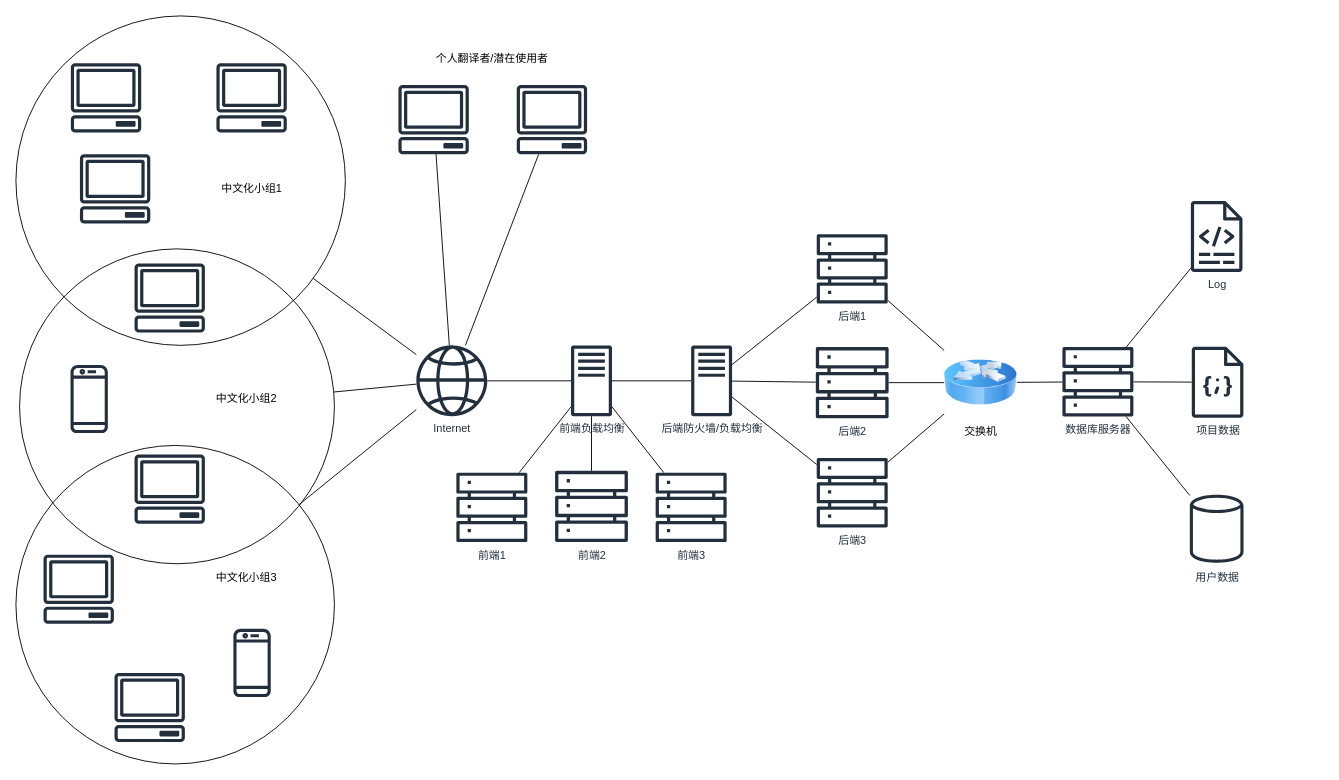
Earlier version of the draw.io diagram 拓扑图.drawio (icemeowzhi/bach_final_diags). Source tidied: cells renumbered, new cells numbered last; positions are measured from the earlier drawing's top-left corner, leaving out a move shared by most shapes. Both pictures are drawn from the tidied source at 91%, with x=0, y=0 at pixel (15, 15).
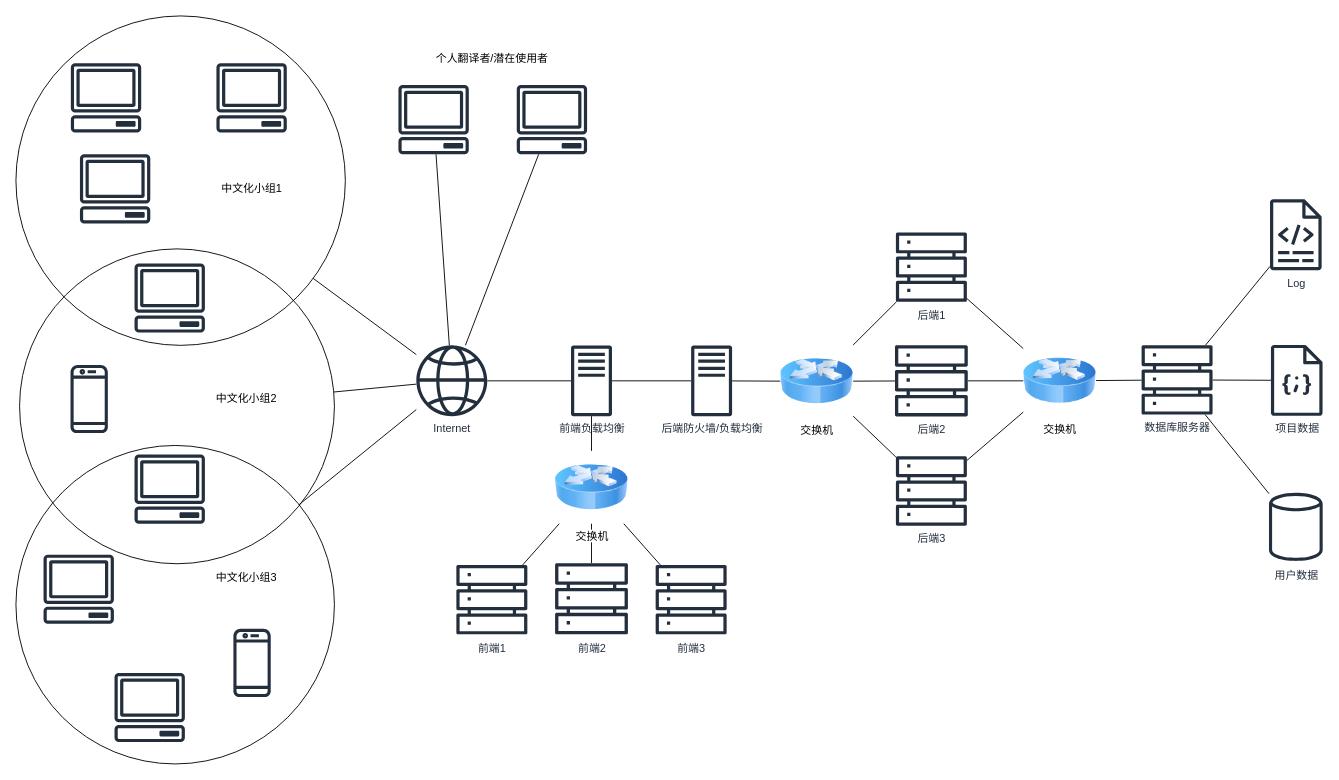
The same page after the edit.

Commit message (it also covers changes not shown here):
更新拓扑图.drawio

Unchanged cells that the change refers to:
```xml
<mxCell id="7" value="前端负载均衡" style="sketch=0;outlineConnect=0;fontColor=#232F3E;gradientColor=none;fillColor=#232F3D;strokeColor=none;dashed=0;verticalLabelPosition=bottom;verticalAlign=top;align=center;html=1;fontSize=12;fontStyle=0;shape=mxgraph.aws4.traditional_server;" parent="1" vertex="1">
  <mxGeometry x="610" y="362" width="45" height="78" as="geometry" />
</mxCell>
<mxCell id="30" value="后端防火墙/负载均衡" style="sketch=0;outlineConnect=0;fontColor=#232F3E;gradientColor=none;fillColor=#232F3D;strokeColor=none;dashed=0;verticalLabelPosition=bottom;verticalAlign=top;align=center;html=1;fontSize=12;fontStyle=0;shape=mxgraph.aws4.traditional_server;" parent="1" vertex="1">
  <mxGeometry x="742" y="362" width="45" height="78" as="geometry" />
</mxCell>
```

Change to the diagram source:
```diff
@@
-    <mxCell id="21" style="rounded=0;jettySize=auto;html=1;endArrow=none;endFill=0;" parent="1" edge="1" source="22" target="7">
+    <mxCell id="21" style="rounded=0;jettySize=auto;html=1;endArrow=none;endFill=0;" parent="1" edge="1" source="22" target="57">
       <mxGeometry relative="1" as="geometry" />
     </mxCell>
     <mxCell id="22" value="前端3" style="sketch=0;outlineConnect=0;fontColor=#232F3E;gradientColor=none;fillColor=#232F3D;strokeColor=none;dashed=0;verticalLabelPosition=bottom;verticalAlign=top;align=center;html=1;fontSize=12;fontStyle=0;shape=mxgraph.aws4.servers;" parent="1" vertex="1">
-      <mxGeometry x="703" y="501" width="78" height="78" as="geometry" />
+      <mxGeometry x="703" y="602.5" width="78" height="78" as="geometry" />
     </mxCell>
-    <mxCell id="23" style="rounded=0;jettySize=auto;html=1;endArrow=none;endFill=0;" parent="1" edge="1" source="24" target="7">
+    <mxCell id="23" style="rounded=0;jettySize=auto;html=1;endArrow=none;endFill=0;" parent="1" edge="1" source="24" target="57">
       <mxGeometry relative="1" as="geometry" />
     </mxCell>
     <mxCell id="24" value="前端2" style="sketch=0;outlineConnect=0;fontColor=#232F3E;gradientColor=none;fillColor=#232F3D;strokeColor=none;dashed=0;verticalLabelPosition=bottom;verticalAlign=top;align=center;html=1;fontSize=12;fontStyle=0;shape=mxgraph.aws4.servers;" parent="1" vertex="1">
-      <mxGeometry x="592.5" y="499" width="80" height="80" as="geometry" />
+      <mxGeometry x="592.5" y="600.5" width="80" height="80" as="geometry" />
     </mxCell>
-    <mxCell id="25" style="rounded=0;jettySize=auto;html=1;endArrow=none;endFill=0;" parent="1" edge="1" source="26" target="7">
+    <mxCell id="25" style="rounded=0;jettySize=auto;html=1;endArrow=none;endFill=0;" parent="1" edge="1" source="26" target="57">
       <mxGeometry relative="1" as="geometry" />
     </mxCell>
     <mxCell id="26" value="前端1" style="sketch=0;outlineConnect=0;fontColor=#232F3E;gradientColor=none;fillColor=#232F3D;strokeColor=none;dashed=0;verticalLabelPosition=bottom;verticalAlign=top;align=center;html=1;fontSize=12;fontStyle=0;shape=mxgraph.aws4.servers;" parent="1" vertex="1">
-      <mxGeometry x="484" y="501" width="78" height="78" as="geometry" />
+      <mxGeometry x="484" y="602.5" width="78" height="78" as="geometry" />
     </mxCell>
-    <mxCell id="27" style="rounded=0;jettySize=auto;html=1;endArrow=none;endFill=0;" parent="1" edge="1" source="30" target="34">
+    <mxCell id="27" style="rounded=0;jettySize=auto;html=1;endArrow=none;endFill=0;" parent="1" edge="1" source="55" target="34">
       <mxGeometry relative="1" as="geometry" />
     </mxCell>
-    <mxCell id="28" style="rounded=0;jettySize=auto;html=1;endArrow=none;endFill=0;" parent="1" edge="1" source="30" target="36">
+    <mxCell id="28" style="rounded=0;jettySize=auto;html=1;endArrow=none;endFill=0;" parent="1" edge="1" source="55" target="36">
       <mxGeometry relative="1" as="geometry" />
     </mxCell>
-    <mxCell id="29" style="rounded=0;jettySize=auto;html=1;endArrow=none;endFill=0;" parent="1" edge="1" source="30" target="32">
+    <mxCell id="29" style="rounded=0;jettySize=auto;html=1;endArrow=none;endFill=0;" parent="1" edge="1" source="55" target="32">
       <mxGeometry relative="1" as="geometry" />
     </mxCell>
+    <mxCell id="54" style="rounded=0;jettySize=auto;html=1;endArrow=none;endFill=0;" parent="1" edge="1" source="30" target="55">
+      <mxGeometry relative="1" as="geometry" />
+    </mxCell>
@@
     <mxCell id="32" value="后端1" style="sketch=0;outlineConnect=0;fontColor=#232F3E;gradientColor=none;fillColor=#232F3D;strokeColor=none;dashed=0;verticalLabelPosition=bottom;verticalAlign=top;align=center;html=1;fontSize=12;fontStyle=0;shape=mxgraph.aws4.servers;" parent="1" vertex="1">
-      <mxGeometry x="880" y="239" width="78" height="78" as="geometry" />
+      <mxGeometry x="967" y="237" width="78" height="78" as="geometry" />
     </mxCell>
@@
     <mxCell id="34" value="后端2" style="sketch=0;outlineConnect=0;fontColor=#232F3E;gradientColor=none;fillColor=#232F3D;strokeColor=none;dashed=0;verticalLabelPosition=bottom;verticalAlign=top;align=center;html=1;fontSize=12;fontStyle=0;shape=mxgraph.aws4.servers;" parent="1" vertex="1">
-      <mxGeometry x="879" y="363" width="80" height="80" as="geometry" />
+      <mxGeometry x="966" y="361" width="80" height="80" as="geometry" />
     </mxCell>
@@
     <mxCell id="36" value="后端3" style="sketch=0;outlineConnect=0;fontColor=#232F3E;gradientColor=none;fillColor=#232F3D;strokeColor=none;dashed=0;verticalLabelPosition=bottom;verticalAlign=top;align=center;html=1;fontSize=12;fontStyle=0;shape=mxgraph.aws4.servers;" parent="1" vertex="1">
-      <mxGeometry x="880" y="485" width="78" height="78" as="geometry" />
+      <mxGeometry x="967" y="483" width="78" height="78" as="geometry" />
     </mxCell>
@@
     <mxCell id="42" value="数据库服务器" style="sketch=0;outlineConnect=0;fontColor=#232F3E;gradientColor=none;fillColor=#232F3D;strokeColor=none;dashed=0;verticalLabelPosition=bottom;verticalAlign=top;align=center;html=1;fontSize=12;fontStyle=0;shape=mxgraph.aws4.servers;" parent="1" vertex="1">
-      <mxGeometry x="1150" y="363" width="78" height="78" as="geometry" />
+      <mxGeometry x="1237" y="361" width="78" height="78" as="geometry" />
     </mxCell>
     <mxCell id="43" value="用户数据" style="sketch=0;outlineConnect=0;fontColor=#232F3E;gradientColor=none;fillColor=#232F3D;strokeColor=none;dashed=0;verticalLabelPosition=bottom;verticalAlign=top;align=center;html=1;fontSize=12;fontStyle=0;shape=mxgraph.aws4.generic_database;" parent="1" vertex="1">
-      <mxGeometry x="1290" y="524.5" width="59" height="78" as="geometry" />
+      <mxGeometry x="1377" y="522.5" width="59" height="78" as="geometry" />
     </mxCell>
     <mxCell id="44" value="项目数据" style="sketch=0;outlineConnect=0;fontColor=#232F3E;gradientColor=none;fillColor=#232F3D;strokeColor=none;dashed=0;verticalLabelPosition=bottom;verticalAlign=top;align=center;html=1;fontSize=12;fontStyle=0;shape=mxgraph.aws4.json_script;" parent="1" vertex="1">
-      <mxGeometry x="1292" y="363.5" width="57" height="78" as="geometry" />
+      <mxGeometry x="1379" y="361.5" width="57" height="78" as="geometry" />
     </mxCell>
     <mxCell id="45" value="Log" style="sketch=0;outlineConnect=0;fontColor=#232F3E;gradientColor=none;fillColor=#232F3D;strokeColor=none;dashed=0;verticalLabelPosition=bottom;verticalAlign=top;align=center;html=1;fontSize=12;fontStyle=0;shape=mxgraph.aws4.logs;" parent="1" vertex="1">
-      <mxGeometry x="1291" y="203.5" width="57" height="78" as="geometry" />
+      <mxGeometry x="1378" y="201.5" width="57" height="78" as="geometry" />
     </mxCell>
@@
     <mxCell id="47" value="交换机" style="image;html=1;image=img/lib/clip_art/networking/Router_Icon_128x128.png;" parent="1" vertex="1">
-      <mxGeometry x="1020" y="363" width="80" height="80" as="geometry" />
+      <mxGeometry x="1107" y="361" width="80" height="80" as="geometry" />
     </mxCell>
@@
+    <mxCell id="55" value="交换机" style="image;html=1;image=img/lib/clip_art/networking/Router_Icon_128x128.png;" parent="1" vertex="1">
+      <mxGeometry x="840" y="361.5" width="80" height="80" as="geometry" />
+    </mxCell>
+    <mxCell id="56" style="rounded=0;jettySize=auto;html=1;endArrow=none;endFill=0;" parent="1" edge="1" source="57" target="7">
+      <mxGeometry relative="1" as="geometry" />
+    </mxCell>
+    <mxCell id="57" value="交换机" style="image;html=1;image=img/lib/clip_art/networking/Router_Icon_128x128.png;" parent="1" vertex="1">
+      <mxGeometry x="592.5" y="478" width="80" height="80" as="geometry" />
+    </mxCell>
```
